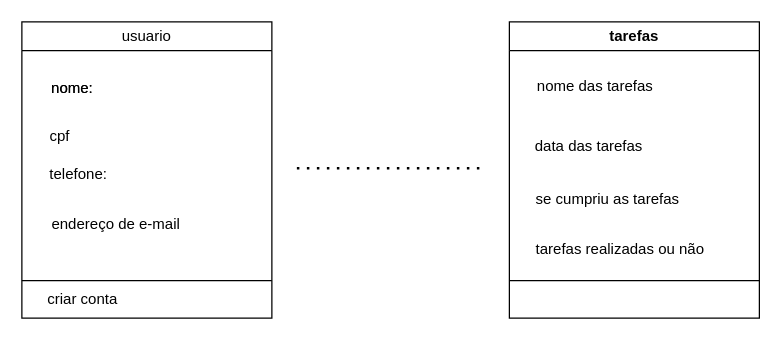
Earlier version of the draw.io diagram page "Página-6" (6 of 6) of Diagramaaula.drawio (juju378/diagramasderequisitos). Source tidied: cells renumbered, new cells numbered last; positions are measured from the earlier drawing's top-left corner, leaving out a move shared by most shapes. Both pictures are drawn from the tidied source at 125%, with x=0, y=0 at pixel (21, 21).
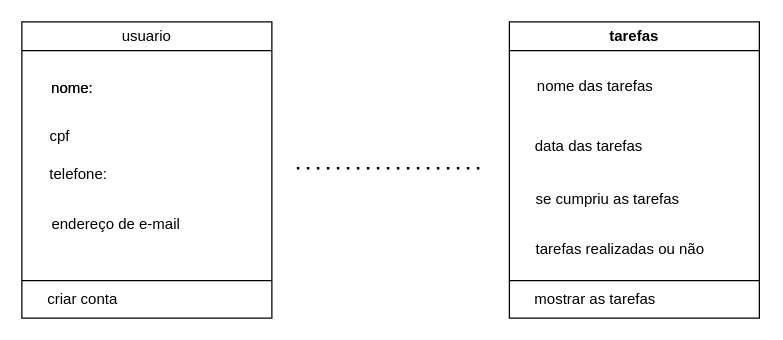
The same diagram, later.

Unchanged cells that the change refers to:
```xml
<mxCell id="10" value="tarefas" style="swimlane;whiteSpace=wrap;html=1;" parent="1" vertex="1">
  <mxGeometry x="390" width="200" height="237" as="geometry" />
</mxCell>
```

Change to the diagram source:
```diff
@@
+    <mxCell id="17" value="mostrar as tarefas&amp;nbsp;" style="text;html=1;align=center;verticalAlign=middle;strokeColor=none;fillColor=none;" parent="10" vertex="1">
+      <mxGeometry x="10" y="207" width="120" height="30" as="geometry" />
+    </mxCell>
```
